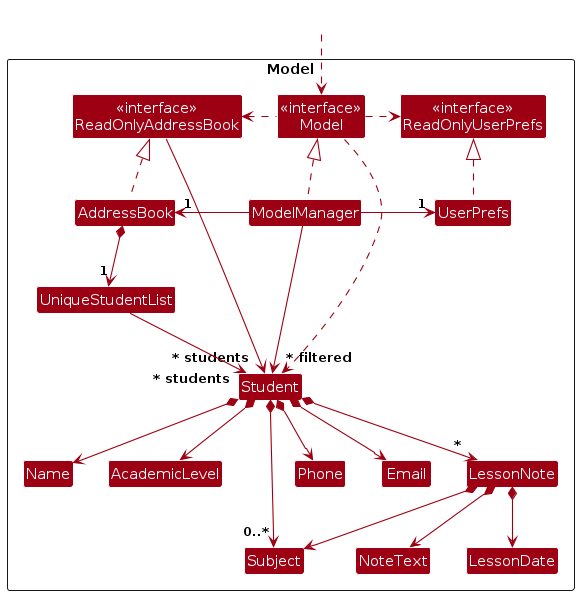
This is diagrams/ModelClassDiagram.png from AY2627S1-CS2103T-F11-4/tp, a PlantUML export, as it was before one commit. Its source is kept beside it as diagrams/ModelClassDiagram.puml.
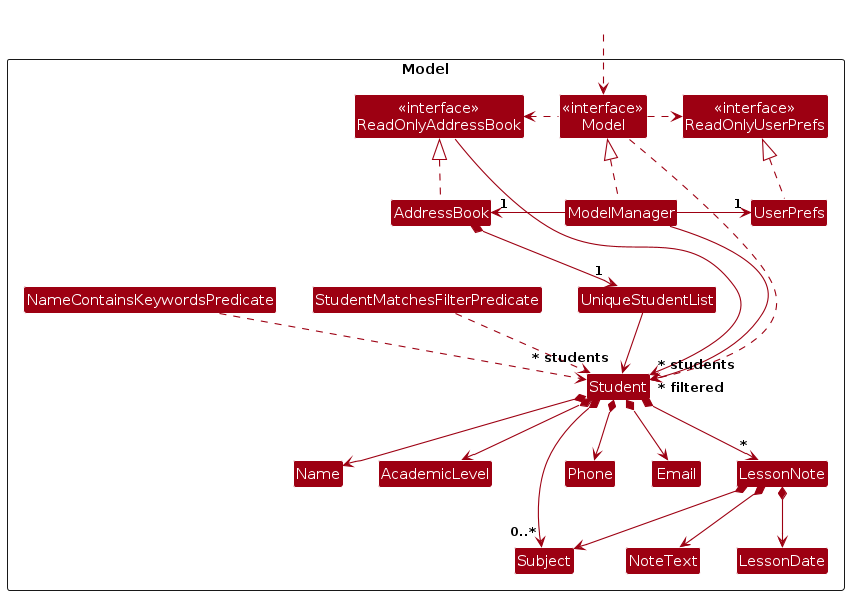
The same file after the commit.

The edit, as a diff of the source:
```diff
@@ -22,6 +22,8 @@
 Class LessonNote
 Class LessonDate
 Class NoteText
+Class StudentMatchesFilterPredicate
+Class NameContainsKeywordsPredicate
 }
 
 Class HiddenOutside #FFFFFF
@@ -38,6 +40,8 @@
 ModelManager -left-> "1" AddressBook
 ModelManager -right-> "1" UserPrefs
 ModelManager --> "~* filtered" Student
+StudentMatchesFilterPredicate ..> Student
+NameContainsKeywordsPredicate ..> Student
 
 AddressBook *--> "1" UniqueStudentList
 ReadOnlyAddressBook --> "~* students" Student
```
